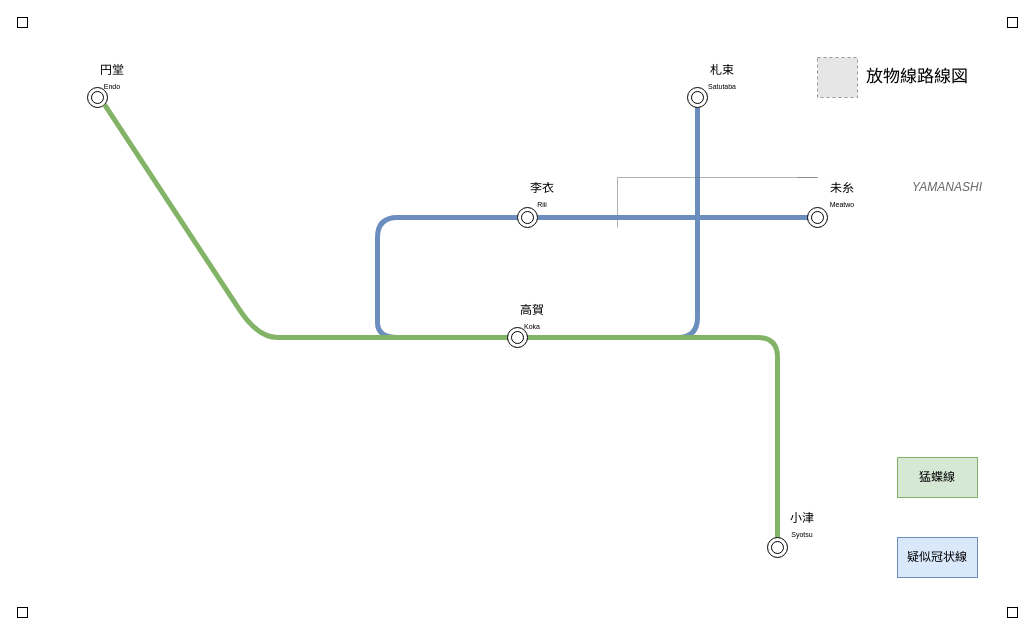
chainsawsteel1/drawio-files keeps this draw.io diagram as page "Page-9" (9 of 9) of 放物.drawio. Above is the earlier version. Source tidied: cells renumbered, new cells numbered last; positions are measured from the earlier drawing's top-left corner, leaving out a move shared by most shapes. Both pictures are drawn from the tidied source at 100%, with x=0, y=0 at pixel (17, 17). Pictures stored in the file or linked from it are replaced by grey dashed boxes.
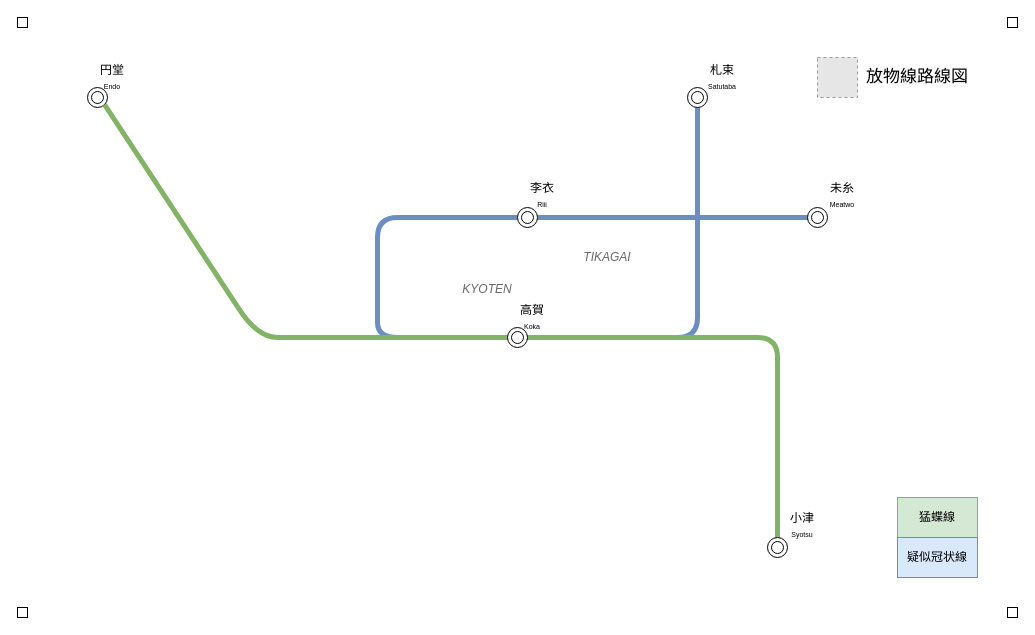
After the change.

Commit message:
放物.drawio を更新します

The edit, as a diff of the source:
```diff
@@
     <mxCell id="4" value="猛蝶線" style="text;html=1;align=center;verticalAlign=middle;whiteSpace=wrap;rounded=0;fillColor=#d5e8d4;strokeColor=#82b366;" parent="1" vertex="1">
-      <mxGeometry x="880" y="440" width="80" height="40" as="geometry" />
+      <mxGeometry x="880" y="480" width="80" height="40" as="geometry" />
     </mxCell>
@@
-    <mxCell id="11" value="&lt;font color=&quot;#666666&quot;&gt;&lt;i&gt;YAMANASHI&lt;/i&gt;&lt;/font&gt;" style="text;html=1;align=center;verticalAlign=middle;whiteSpace=wrap;rounded=0;" parent="1" vertex="1">
-      <mxGeometry x="890" y="160" width="80" height="20" as="geometry" />
+    <mxCell id="11" value="&lt;font color=&quot;#666666&quot;&gt;&lt;i&gt;KYOTEN&lt;/i&gt;&lt;/font&gt;" style="text;html=1;align=center;verticalAlign=middle;whiteSpace=wrap;rounded=0;" parent="1" vertex="1">
+      <mxGeometry x="430" y="262" width="80" height="20" as="geometry" />
     </mxCell>
@@
-    <mxCell id="13" style="endArrow=none;html=1;strokeWidth=1;rounded=0;fillColor=#f5f5f5;strokeColor=#666666;opacity=50;" parent="1" edge="1">
-      <mxGeometry relative="1" as="geometry">
-        <mxPoint x="780" y="160" as="sourcePoint" />
-        <mxPoint x="600" y="210" as="targetPoint" />
-        <Array as="points">
-          <mxPoint x="800" y="160" />
-          <mxPoint x="600" y="160" />
-        </Array>
-      </mxGeometry>
-    </mxCell>
@@
+    <mxCell id="27" value="&lt;font color=&quot;#666666&quot;&gt;&lt;i&gt;TIKAGAI&lt;/i&gt;&lt;/font&gt;" style="text;html=1;align=center;verticalAlign=middle;whiteSpace=wrap;rounded=0;" parent="1" vertex="1">
+      <mxGeometry x="550" y="230" width="80" height="20" as="geometry" />
+    </mxCell>
```
